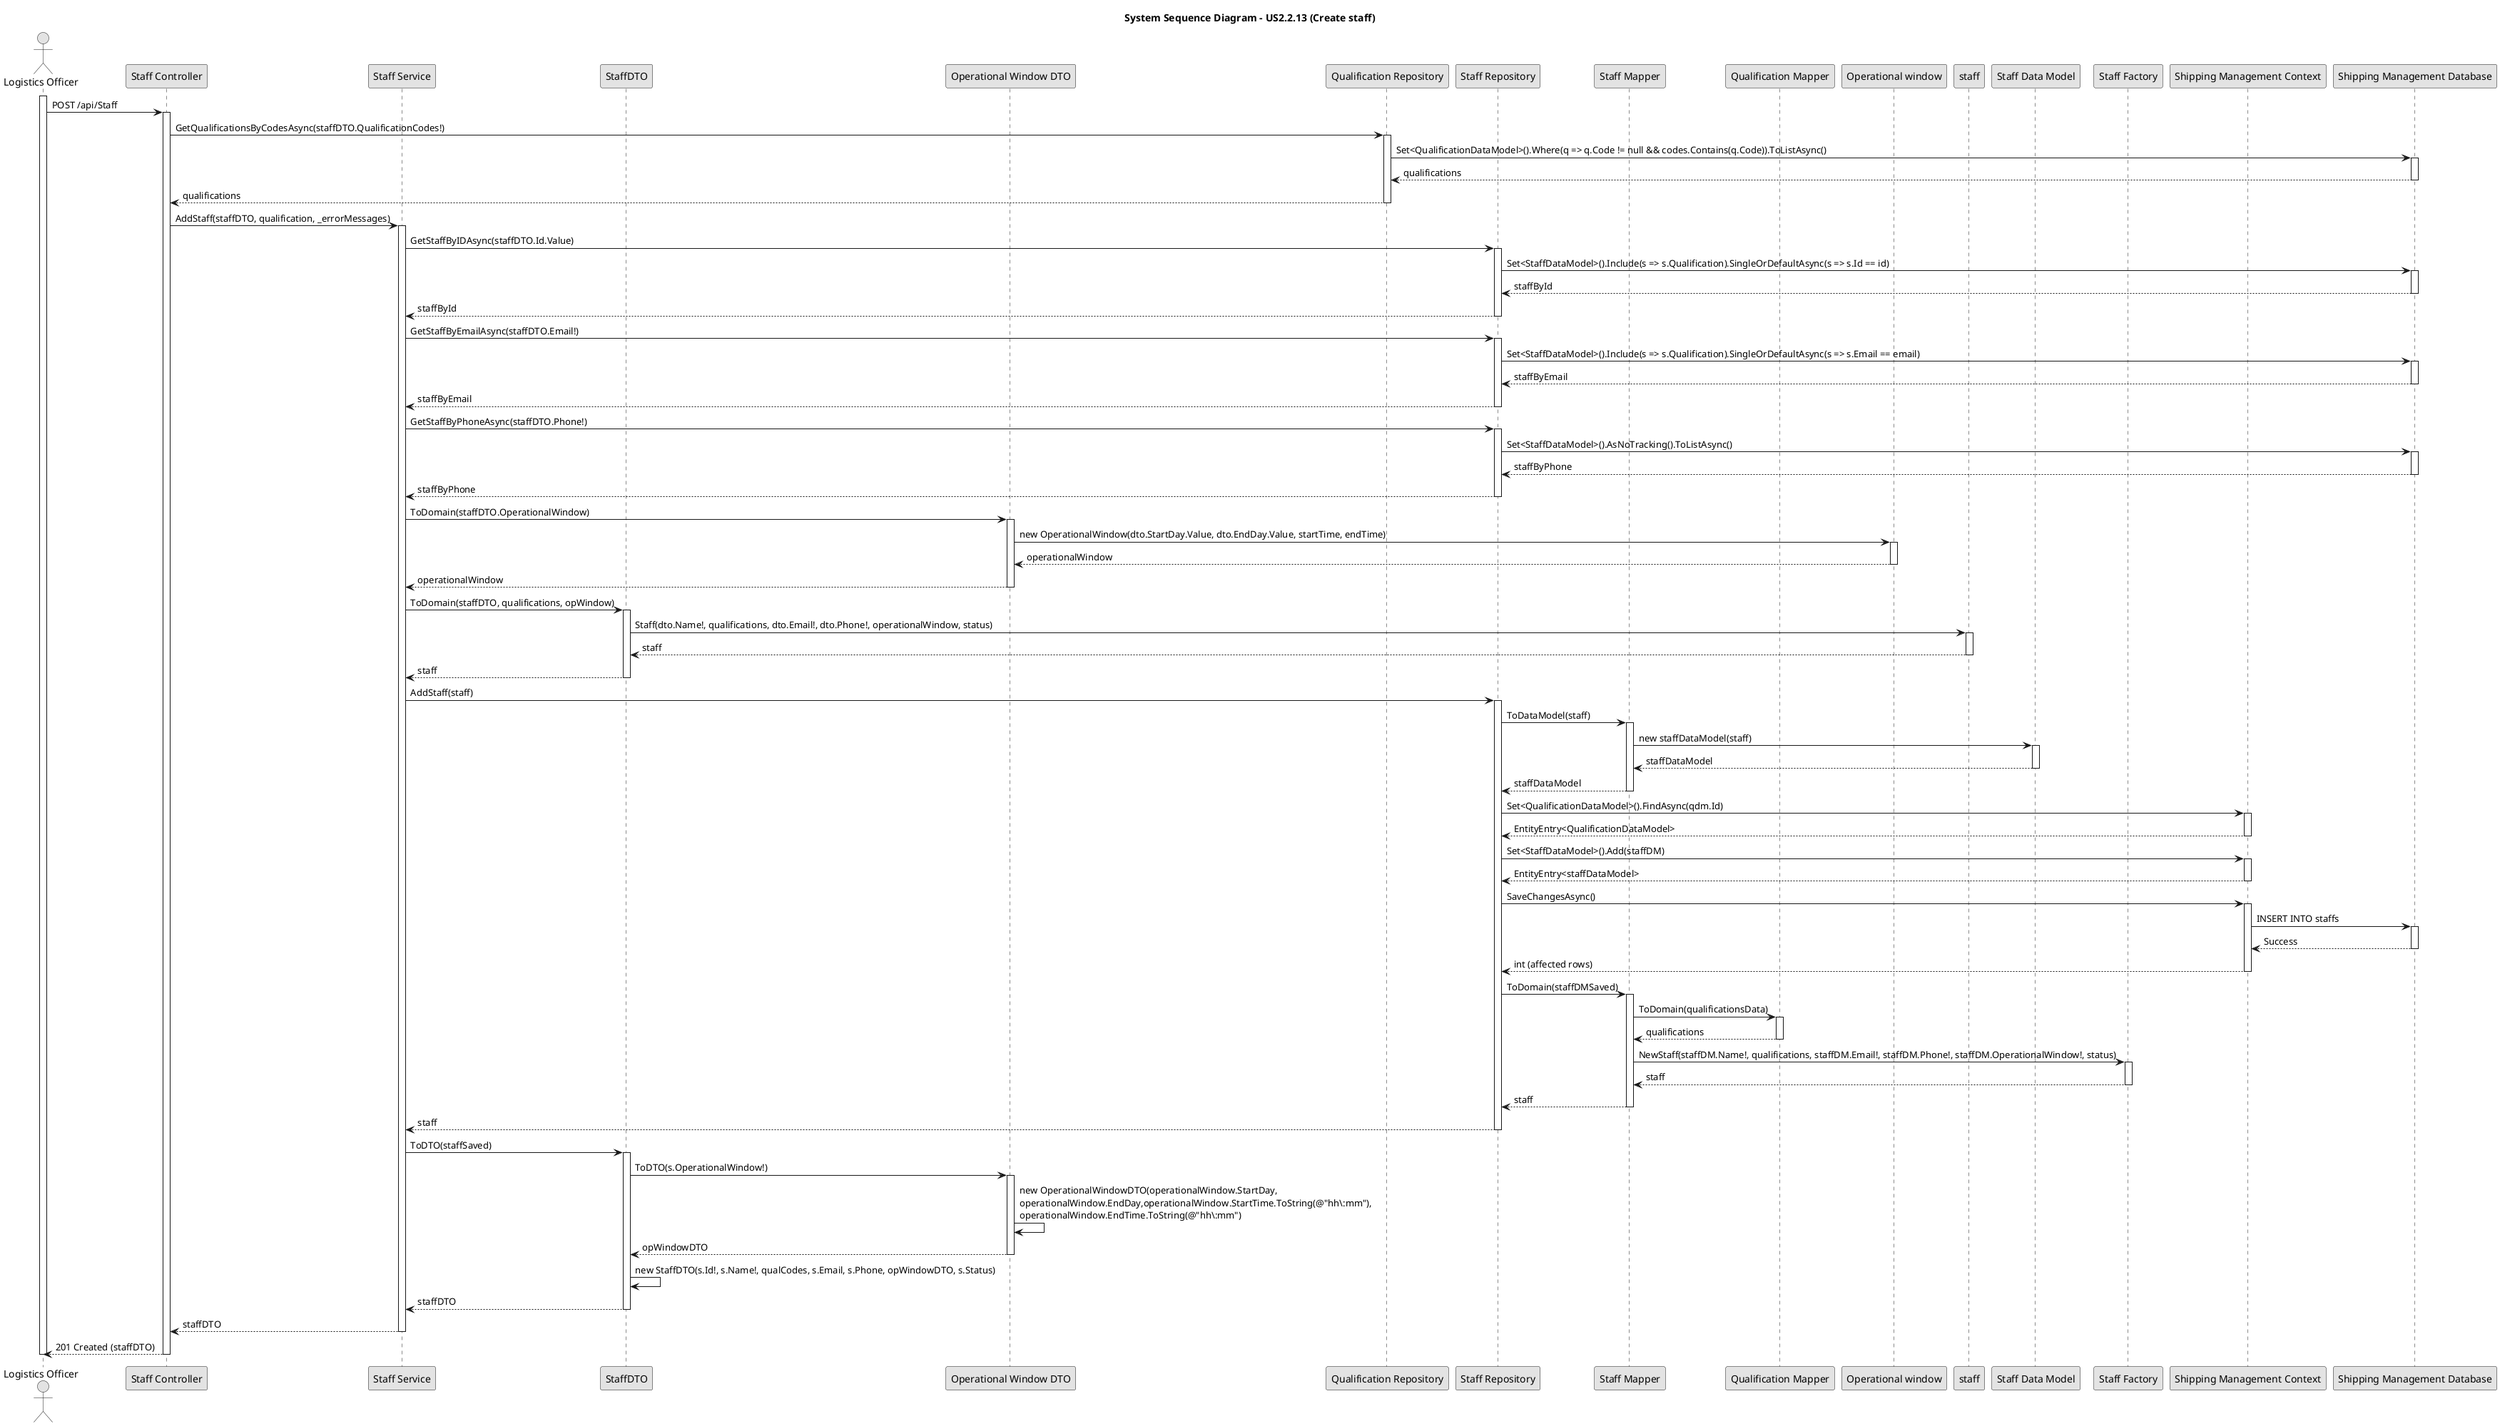
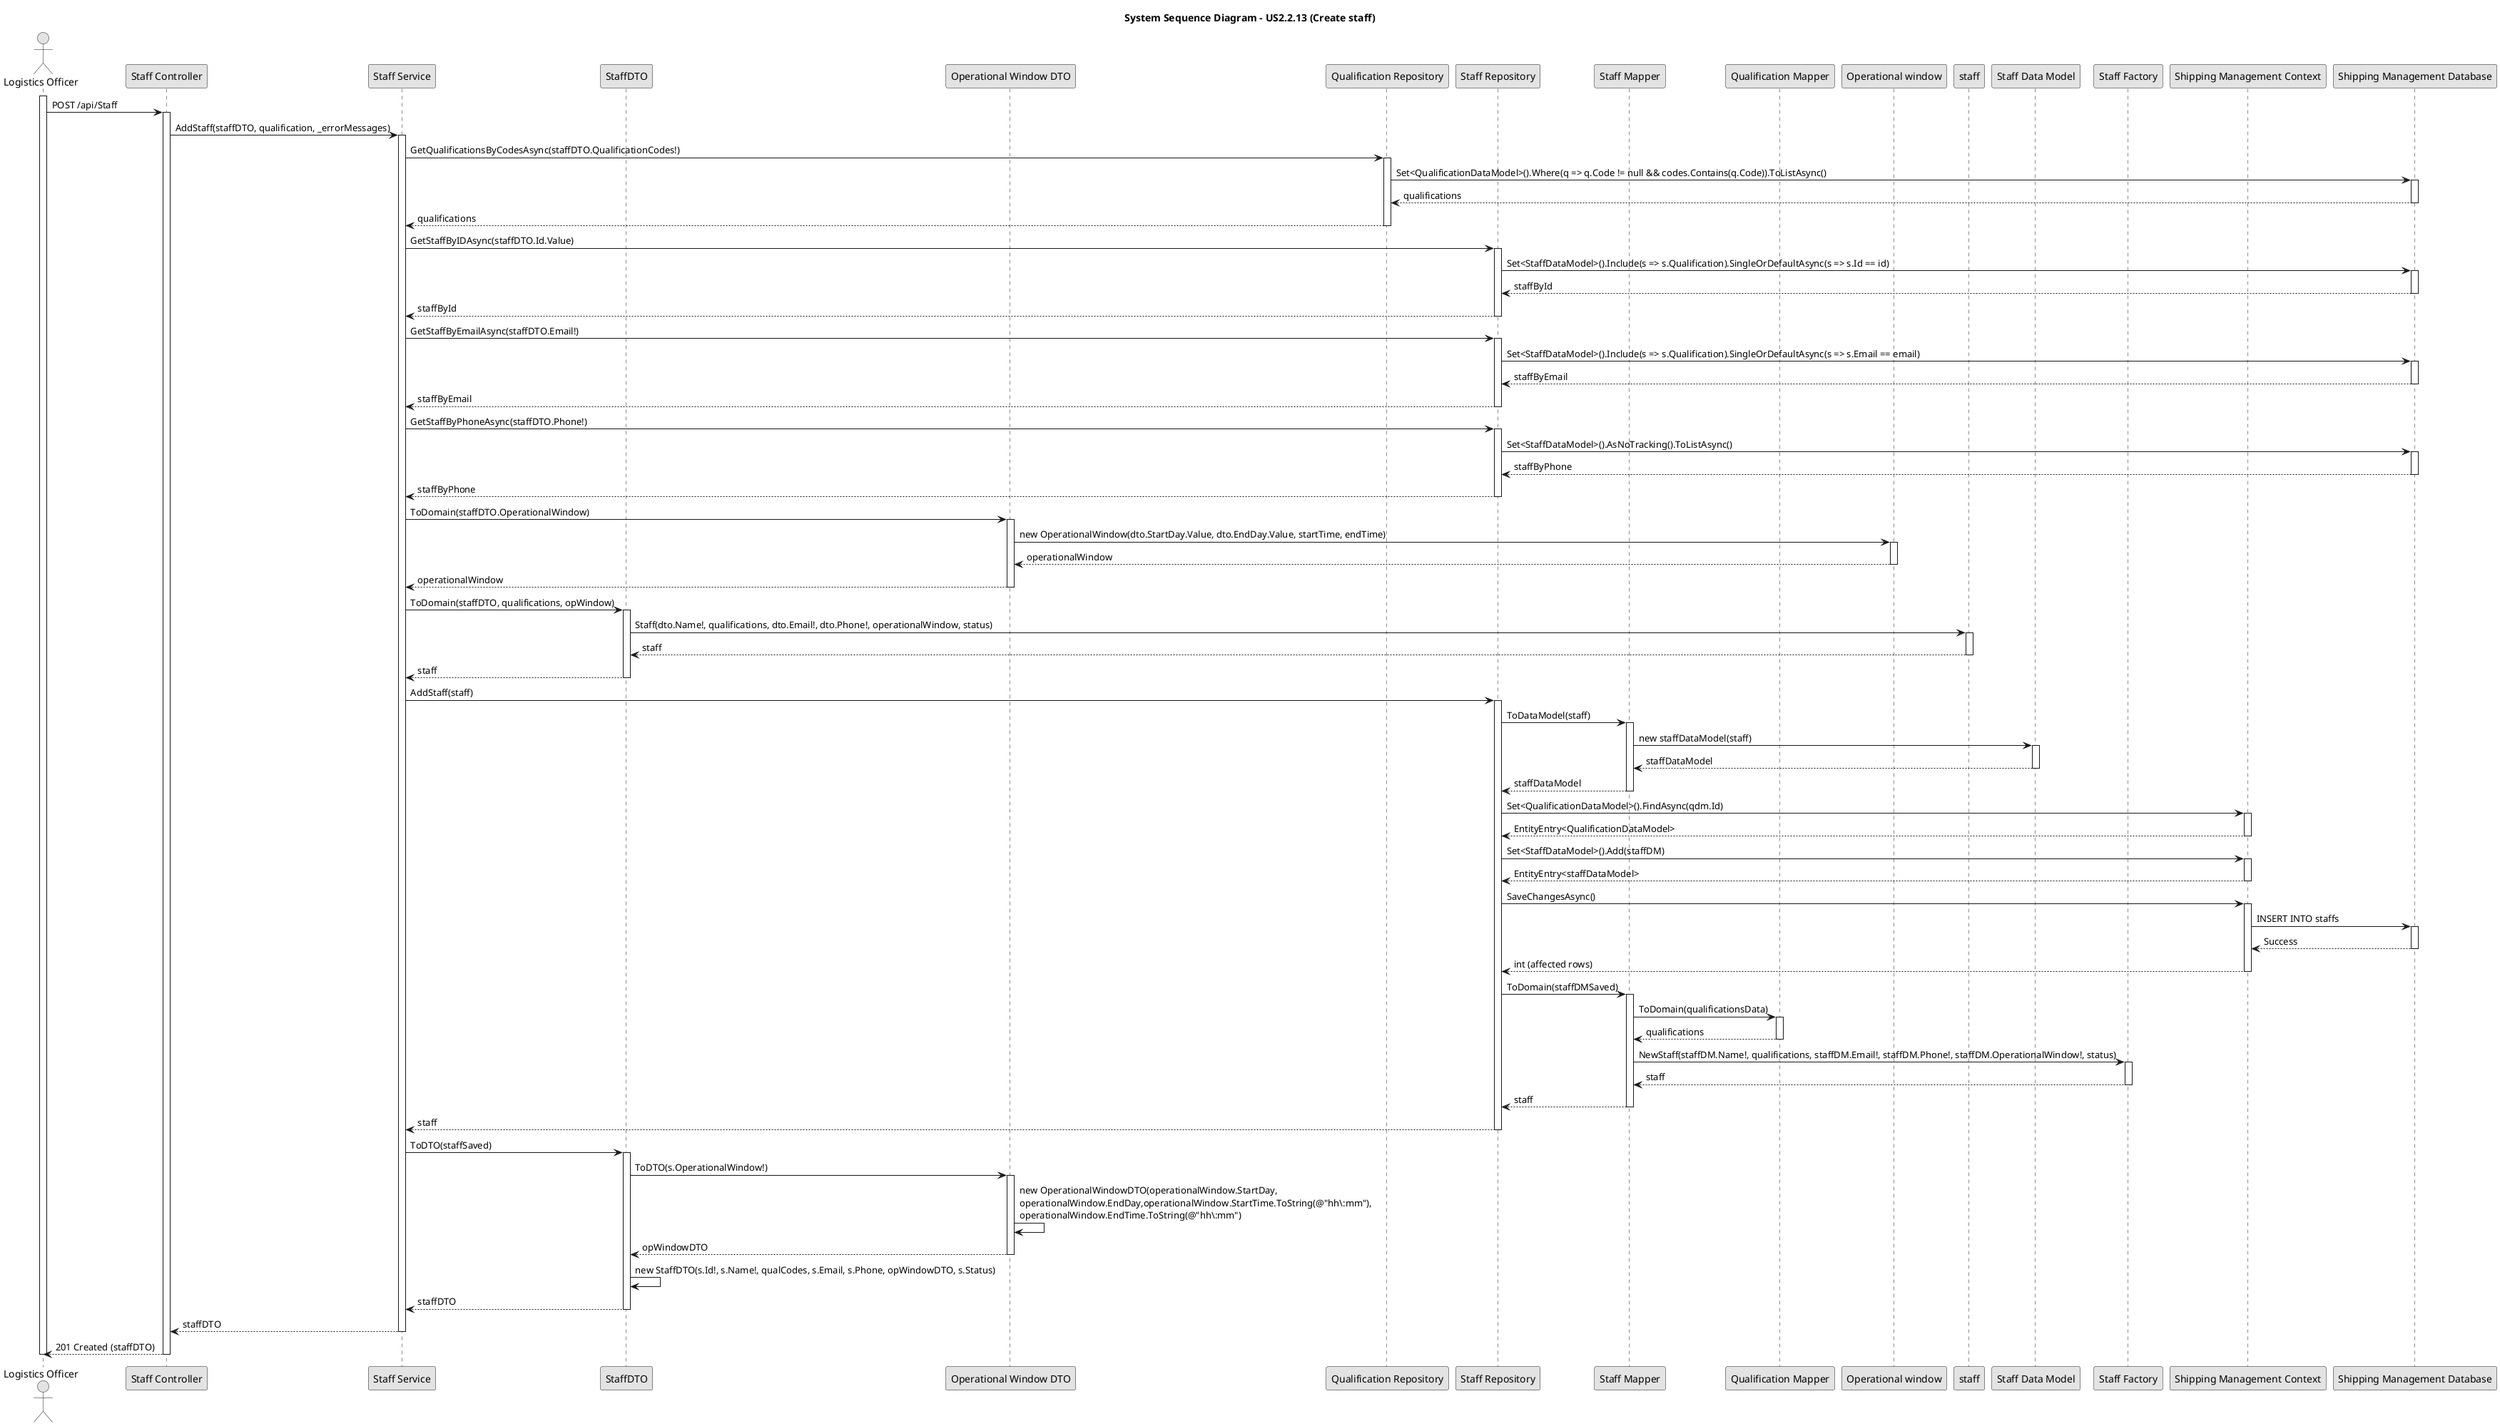
@startuml 2.2.13
skinparam monochrome true
skinparam packageStyle rectangle
skinparam shadowing false

actor "Logistics Officer" as logisticsOfficer
participant "Staff Controller" as staffController
participant "Staff Service" as staffService
participant "StaffDTO" as staffDTO
participant "Operational Window DTO" as operationalWindowDTO
participant "Qualification Repository" as qualificationRepository
participant "Staff Repository" as staffRepository
participant "Staff Mapper" as staffMapper
participant "Qualification Mapper" as QualificationMapper
participant "Operational window" as operationalWindow
participant "staff" as staff
participant "Staff Data Model" as staffDataModel
participant "Staff Factory" as staffFactory
participant "Shipping Management Context" as shippingManagementContext
participant "Shipping Management Database" as database

title System Sequence Diagram - US2.2.13 (Create staff)

activate logisticsOfficer

    logisticsOfficer -> staffController:  POST /api/Staff
    activate staffController

-         staffController -> qualificationRepository: GetQualificationsByCodesAsync(staffDTO.QualificationCodes!)
-         activate qualificationRepository
+             staffController -> staffService: AddStaff(staffDTO, qualification, _errorMessages)
+             activate staffService

-             qualificationRepository -> database: Set<QualificationDataModel>().Where(q => q.Code != null && codes.Contains(q.Code)).ToListAsync()
-             activate database
+                 staffService -> qualificationRepository: GetQualificationsByCodesAsync(staffDTO.QualificationCodes!)
+             activate qualificationRepository

-                 database --> qualificationRepository: qualifications
-             deactivate database
+                 qualificationRepository -> database: Set<QualificationDataModel>().Where(q => q.Code != null && codes.Contains(q.Code)).ToListAsync()
+                 activate database

-             qualificationRepository --> staffController: qualifications
-         deactivate qualificationRepository
+                     database --> qualificationRepository: qualifications
+                 deactivate database

-         staffController -> staffService: AddStaff(staffDTO, qualification, _errorMessages)
-         activate staffService
+                 qualificationRepository --> staffService: qualifications
+             deactivate qualificationRepository

            staffService -> staffRepository: GetStaffByIDAsync(staffDTO.Id.Value)
            activate staffRepository

                staffRepository -> database: Set<StaffDataModel>().Include(s => s.Qualification).SingleOrDefaultAsync(s => s.Id == id)
                activate database

                    database --> staffRepository: staffById
                deactivate database

                staffRepository --> staffService: staffById
            deactivate staffRepository

            staffService -> staffRepository: GetStaffByEmailAsync(staffDTO.Email!)
            activate staffRepository

                staffRepository -> database: Set<StaffDataModel>().Include(s => s.Qualification).SingleOrDefaultAsync(s => s.Email == email)
                activate database

                    database --> staffRepository: staffByEmail
                deactivate database

                staffRepository --> staffService: staffByEmail
            deactivate staffRepository

            staffService -> staffRepository: GetStaffByPhoneAsync(staffDTO.Phone!)
            activate staffRepository

                staffRepository -> database: Set<StaffDataModel>().AsNoTracking().ToListAsync()
                activate database

                    database --> staffRepository: staffByPhone
                deactivate database

                staffRepository --> staffService: staffByPhone
            deactivate staffRepository

            staffService -> operationalWindowDTO: ToDomain(staffDTO.OperationalWindow)
            activate operationalWindowDTO

                operationalWindowDTO -> operationalWindow: new OperationalWindow(dto.StartDay.Value, dto.EndDay.Value, startTime, endTime)
                activate operationalWindow

                    operationalWindow --> operationalWindowDTO: operationalWindow
                deactivate operationalWindow

                operationalWindowDTO --> staffService: operationalWindow
            deactivate operationalWindowDTO

            staffService -> staffDTO: ToDomain(staffDTO, qualifications, opWindow)
            activate staffDTO

                staffDTO -> staff: Staff(dto.Name!, qualifications, dto.Email!, dto.Phone!, operationalWindow, status)
                activate staff

                    staff --> staffDTO: staff
                deactivate staff

                staffDTO --> staffService: staff
            deactivate staffDTO

            staffService -> staffRepository: AddStaff(staff)
            activate staffRepository

                staffRepository -> staffMapper: ToDataModel(staff)
                activate staffMapper

                    staffMapper -> staffDataModel: new staffDataModel(staff)
                    activate staffDataModel

                        staffDataModel --> staffMapper: staffDataModel
                    deactivate staffDataModel

                    staffMapper --> staffRepository: staffDataModel
                deactivate staffMapper

                staffRepository -> shippingManagementContext: Set<QualificationDataModel>().FindAsync(qdm.Id)
                activate shippingManagementContext

                    shippingManagementContext --> staffRepository: EntityEntry<QualificationDataModel>
                deactivate shippingManagementContext

                staffRepository -> shippingManagementContext: Set<StaffDataModel>().Add(staffDM)
                activate shippingManagementContext

                    shippingManagementContext --> staffRepository: EntityEntry<staffDataModel>
                deactivate shippingManagementContext

                staffRepository -> shippingManagementContext: SaveChangesAsync()
                activate shippingManagementContext

                    shippingManagementContext -> database: INSERT INTO staffs
                    activate database

                        database --> shippingManagementContext: Success
                    deactivate database

                    shippingManagementContext --> staffRepository: int (affected rows)
                deactivate shippingManagementContext

                staffRepository -> staffMapper: ToDomain(staffDMSaved)
                activate staffMapper

                    staffMapper -> QualificationMapper: ToDomain(qualificationsData)
                    activate QualificationMapper

                        QualificationMapper --> staffMapper: qualifications
                    deactivate QualificationMapper

                    staffMapper -> staffFactory: NewStaff(staffDM.Name!, qualifications, staffDM.Email!, staffDM.Phone!, staffDM.OperationalWindow!, status)
                    activate staffFactory

                        staffFactory --> staffMapper: staff
                    deactivate staffFactory

                    staffMapper --> staffRepository: staff
                deactivate staffMapper

                staffRepository --> staffService: staff
            deactivate staffRepository

            staffService -> staffDTO: ToDTO(staffSaved)
            activate staffDTO

                staffDTO -> operationalWindowDTO: ToDTO(s.OperationalWindow!)
                activate operationalWindowDTO

                    operationalWindowDTO -> operationalWindowDTO: new OperationalWindowDTO(operationalWindow.StartDay,\noperationalWindow.EndDay,operationalWindow.StartTime.ToString(@"hh\:mm"),\noperationalWindow.EndTime.ToString(@"hh\:mm")
                    operationalWindowDTO --> staffDTO: opWindowDTO
                deactivate operationalWindowDTO

                staffDTO -> staffDTO: new StaffDTO(s.Id!, s.Name!, qualCodes, s.Email, s.Phone, opWindowDTO, s.Status)
                staffDTO --> staffService: staffDTO
            deactivate staffDTO

            staffService --> staffController: staffDTO
        deactivate staffService

        staffController --> logisticsOfficer: 201 Created (staffDTO)
    deactivate staffController

deactivate logisticsOfficer
@enduml
